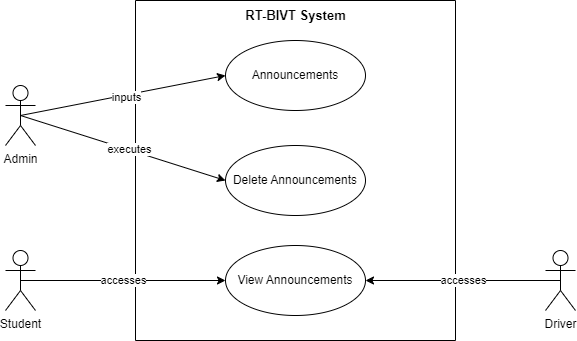
Abubakar-doc/FYP-24-SE-A-204 keeps this draw.io diagram as Project Real-Time Bus ID Verification and Tracking/DOCUMENTATION/UseCaseDiagrams/Announcement.drawio.png. Above is the earlier version. Source tidied: cells renumbered, new cells last; positions are measured from the earlier drawing's top-left corner, leaving out a move shared by most shapes.
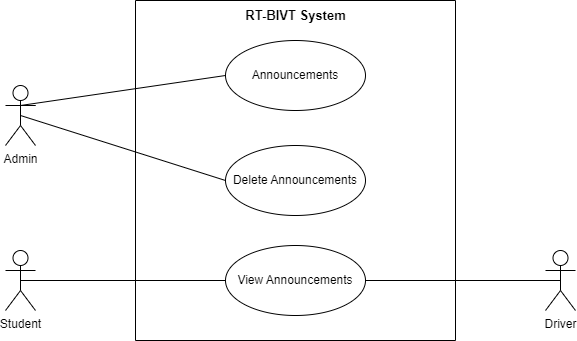
After the commit.

What changed in the source:
```diff
@@ -17,40 +17,30 @@
     <mxCell id="6" value="View Announcements" style="ellipse;whiteSpace=wrap;html=1;fillColor=none;fontColor=#000000;strokeColor=#000000;" parent="2" vertex="1">
       <mxGeometry x="90" y="245" width="140" height="70" as="geometry" />
     </mxCell>
-    <mxCell id="7" style="rounded=0;jettySize=auto;html=1;exitX=0.5;exitY=0.5;exitDx=0;exitDy=0;exitPerimeter=0;entryX=1;entryY=0.5;entryDx=0;entryDy=0;" parent="2" edge="1" source="9" target="6">
-      <mxGeometry relative="1" as="geometry" />
-    </mxCell>
-    <mxCell id="8" value="accesses" style="edgeLabel;html=1;align=center;verticalAlign=middle;" parent="7" vertex="1">
-      <mxGeometry x="0.01" y="-1" relative="1" as="geometry" />
-    </mxCell>
     <mxCell id="9" value="Driver" style="shape=umlActor;verticalLabelPosition=bottom;verticalAlign=top;html=1;fillColor=none;fontColor=#000000;strokeColor=#000000;" parent="2" vertex="1">
       <mxGeometry x="410" y="250" width="30" height="60" as="geometry" />
     </mxCell>
+    <mxCell id="14" value="Admin" style="shape=umlActor;verticalLabelPosition=bottom;verticalAlign=top;html=1;fillColor=none;fontColor=#000000;strokeColor=#000000;" parent="2" vertex="1">
+      <mxGeometry x="-130" y="85" width="30" height="60" as="geometry" />
+    </mxCell>
-    <mxCell id="10" style="rounded=0;jettySize=auto;html=1;exitX=0.5;exitY=0.5;exitDx=0;exitDy=0;exitPerimeter=0;entryX=0;entryY=0.5;entryDx=0;entryDy=0;" parent="2" edge="1" source="14" target="4">
-      <mxGeometry relative="1" as="geometry" />
+    <mxCell id="10" style="endArrow=none;html=1;rounded=0;exitX=1;exitY=0.3333333333333333;exitDx=0;exitDy=0;exitPerimeter=0;entryX=0;entryY=0.5;entryDx=0;entryDy=0;" parent="2" edge="1" source="14" target="4">
+      <mxGeometry relative="1" as="geometry">
+        <Array as="points">
+          <mxPoint x="-115" y="105" />
+        </Array>
+      </mxGeometry>
     </mxCell>
-    <mxCell id="11" value="inputs" style="edgeLabel;html=1;align=center;verticalAlign=middle;" parent="10" vertex="1">
-      <mxGeometry x="0.03" y="-2" relative="1" as="geometry" />
-    </mxCell>
-    <mxCell id="12" style="rounded=0;jettySize=auto;html=1;exitX=0.5;exitY=0.5;exitDx=0;exitDy=0;exitPerimeter=0;entryX=0;entryY=0.5;entryDx=0;entryDy=0;" parent="2" edge="1" source="14" target="5">
+    <mxCell id="12" style="endArrow=none;html=1;rounded=0;exitX=0.5;exitY=0.5;exitDx=0;exitDy=0;exitPerimeter=0;entryX=0;entryY=0.5;entryDx=0;entryDy=0;" parent="2" edge="1" source="14" target="5">
       <mxGeometry relative="1" as="geometry" />
     </mxCell>
-    <mxCell id="13" value="executes" style="edgeLabel;html=1;align=center;verticalAlign=middle;" parent="12" vertex="1">
-      <mxGeometry x="0.05" y="1" relative="1" as="geometry" />
-    </mxCell>
-    <mxCell id="14" value="Admin" style="shape=umlActor;verticalLabelPosition=bottom;verticalAlign=top;html=1;fillColor=none;fontColor=#000000;strokeColor=#000000;" parent="2" vertex="1">
-      <mxGeometry x="-130" y="85" width="30" height="60" as="geometry" />
-    </mxCell>
+    <mxCell id="18" style="endArrow=none;html=1;rounded=0;entryX=0.5;entryY=0.5;entryDx=0;entryDy=0;entryPerimeter=0;exitX=1;exitY=0.5;exitDx=0;exitDy=0;" parent="2" edge="1" source="6" target="9">
+      <mxGeometry relative="1" as="geometry" />
+    </mxCell>
     <mxCell id="15" value="Student" style="shape=umlActor;verticalLabelPosition=bottom;verticalAlign=top;html=1;fillColor=none;fontColor=#000000;strokeColor=#000000;" parent="1" vertex="1">
       <mxGeometry y="250" width="30" height="60" as="geometry" />
     </mxCell>
-    <mxCell id="16" style="rounded=0;jettySize=auto;html=1;exitX=0.5;exitY=0.5;exitDx=0;exitDy=0;exitPerimeter=0;entryX=0;entryY=0.5;entryDx=0;entryDy=0;" parent="1" edge="1" source="15" target="6">
+    <mxCell id="16" style="endArrow=none;html=1;rounded=0;exitX=0.5;exitY=0.5;exitDx=0;exitDy=0;exitPerimeter=0;entryX=0;entryY=0.5;entryDx=0;entryDy=0;" parent="1" edge="1" source="15" target="6">
       <mxGeometry relative="1" as="geometry" />
     </mxCell>
-    <mxCell id="17" value="accesses" style="edgeLabel;html=1;align=center;verticalAlign=middle;" parent="16" vertex="1">
-      <mxGeometry x="-0.01" y="-2" relative="1" as="geometry">
-        <mxPoint y="-3" as="offset" />
-      </mxGeometry>
-    </mxCell>
   </root>
 </mxGraphModel>
```
